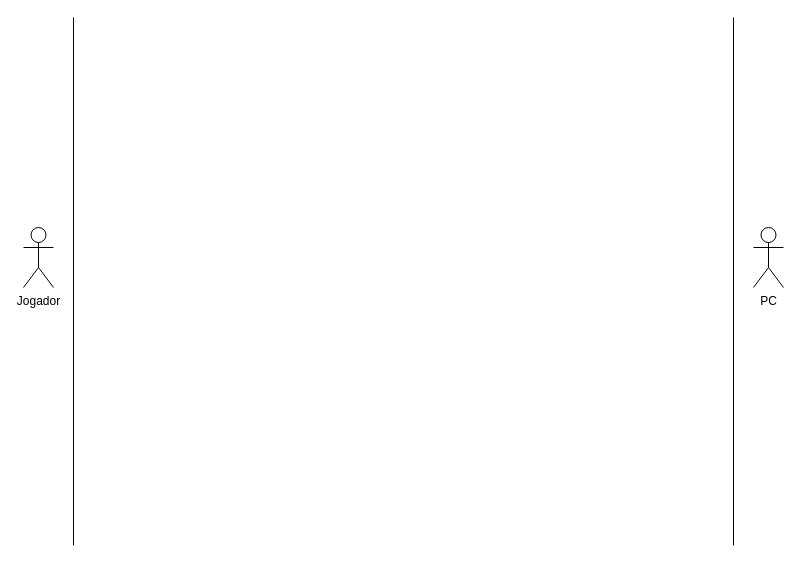
yuritelis/jogodaforca keeps this draw.io diagram as Diagrama de Casos de Uso.drawio. Above is the earlier version. Source tidied: cells renumbered, new cells numbered last; positions are measured from the earlier drawing's top-left corner, leaving out a move shared by most shapes. Both pictures are drawn from the tidied source at 100%, with x=0, y=0 at pixel (23, 17).
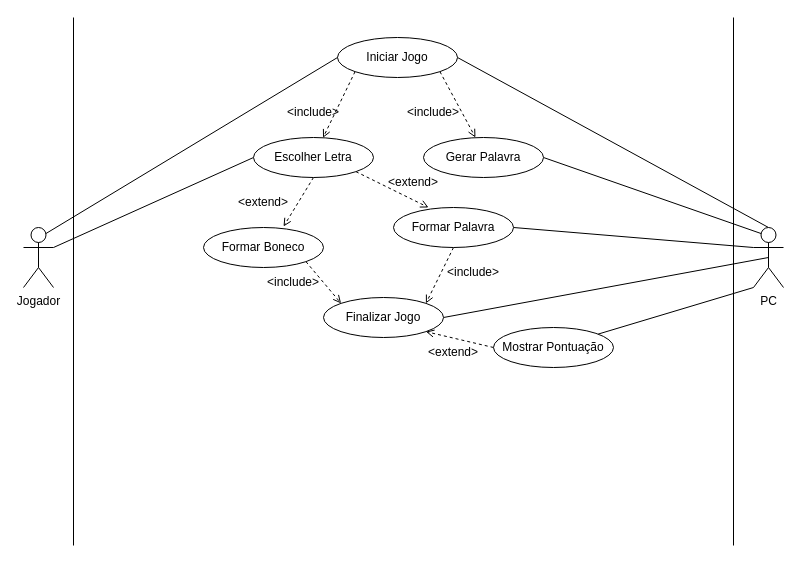
Above is the later version.

Unchanged cells that the change refers to:
```xml
<mxCell id="2" value="Jogador" style="shape=umlActor;verticalLabelPosition=bottom;verticalAlign=top;html=1;outlineConnect=0;" parent="1" vertex="1">
  <mxGeometry y="210" width="30" height="60" as="geometry" />
</mxCell>
<mxCell id="4" value="PC" style="shape=umlActor;verticalLabelPosition=bottom;verticalAlign=top;html=1;outlineConnect=0;" parent="1" vertex="1">
  <mxGeometry x="730" y="210" width="30" height="60" as="geometry" />
</mxCell>
```

The edit, as a diff of the source:
```diff
@@
+    <mxCell id="6" style="rounded=0;jettySize=auto;html=1;exitX=1;exitY=0.3333333333333333;exitDx=0;exitDy=0;exitPerimeter=0;entryX=0;entryY=0.5;entryDx=0;entryDy=0;endArrow=none;endFill=0;" parent="1" edge="1" source="2" target="18">
+      <mxGeometry relative="1" as="geometry" />
+    </mxCell>
@@
+    <mxCell id="7" style="rounded=0;jettySize=auto;html=1;exitX=0.5;exitY=0;exitDx=0;exitDy=0;exitPerimeter=0;entryX=1;entryY=0.5;entryDx=0;entryDy=0;endArrow=none;endFill=0;" parent="1" edge="1" source="4" target="14">
+      <mxGeometry relative="1" as="geometry" />
+    </mxCell>
+    <mxCell id="8" style="rounded=0;jettySize=auto;html=1;exitX=0.25;exitY=0.1;exitDx=0;exitDy=0;exitPerimeter=0;entryX=1;entryY=0.5;entryDx=0;entryDy=0;endArrow=none;endFill=0;" parent="1" edge="1" source="4" target="15">
+      <mxGeometry relative="1" as="geometry" />
+    </mxCell>
+    <mxCell id="9" style="rounded=0;jettySize=auto;html=1;exitX=0;exitY=0.3333333333333333;exitDx=0;exitDy=0;exitPerimeter=0;entryX=1;entryY=0.5;entryDx=0;entryDy=0;endArrow=none;endFill=0;" parent="1" edge="1" source="4" target="21">
+      <mxGeometry relative="1" as="geometry" />
+    </mxCell>
+    <mxCell id="10" style="rounded=0;jettySize=auto;html=1;exitX=0;exitY=1;exitDx=0;exitDy=0;exitPerimeter=0;endArrow=none;endFill=0;" parent="1" edge="1" source="4" target="25">
+      <mxGeometry relative="1" as="geometry" />
+    </mxCell>
+    <mxCell id="11" style="rounded=0;jettySize=auto;html=1;entryX=1;entryY=0.5;entryDx=0;entryDy=0;endArrow=none;endFill=0;exitX=0.5;exitY=0.5;exitDx=0;exitDy=0;exitPerimeter=0;" parent="1" edge="1" source="4" target="26">
+      <mxGeometry relative="1" as="geometry" />
+    </mxCell>
@@
+    <mxCell id="12" style="rounded=0;jettySize=auto;html=1;exitX=1;exitY=1;exitDx=0;exitDy=0;entryX=0.433;entryY=0;entryDx=0;entryDy=0;entryPerimeter=0;dashed=1;endArrow=open;endFill=0;" parent="1" edge="1" source="14" target="15">
+      <mxGeometry relative="1" as="geometry" />
+    </mxCell>
+    <mxCell id="13" style="rounded=0;jettySize=auto;html=1;exitX=0;exitY=1;exitDx=0;exitDy=0;endArrow=open;endFill=0;dashed=1;" parent="1" edge="1" source="14" target="18">
+      <mxGeometry relative="1" as="geometry" />
+    </mxCell>
+    <mxCell id="14" value="Iniciar Jogo" style="ellipse;whiteSpace=wrap;html=1;" parent="1" vertex="1">
+      <mxGeometry x="314" y="20" width="120" height="40" as="geometry" />
+    </mxCell>
+    <mxCell id="15" value="Gerar Palavra" style="ellipse;whiteSpace=wrap;html=1;" parent="1" vertex="1">
+      <mxGeometry x="400" y="120" width="120" height="40" as="geometry" />
+    </mxCell>
+    <mxCell id="16" style="rounded=0;jettySize=auto;html=1;exitX=1;exitY=1;exitDx=0;exitDy=0;entryX=0.292;entryY=0;entryDx=0;entryDy=0;entryPerimeter=0;dashed=1;endArrow=open;endFill=0;" parent="1" edge="1" source="18" target="21">
+      <mxGeometry relative="1" as="geometry" />
+    </mxCell>
+    <mxCell id="17" style="rounded=0;jettySize=auto;html=1;exitX=0.5;exitY=1;exitDx=0;exitDy=0;entryX=0.667;entryY=-0.025;entryDx=0;entryDy=0;entryPerimeter=0;dashed=1;endArrow=open;endFill=0;" parent="1" edge="1" source="18" target="23">
+      <mxGeometry relative="1" as="geometry" />
+    </mxCell>
+    <mxCell id="18" value="Escolher Letra" style="ellipse;whiteSpace=wrap;html=1;" parent="1" vertex="1">
+      <mxGeometry x="230" y="120" width="120" height="40" as="geometry" />
+    </mxCell>
+    <mxCell id="19" style="rounded=0;jettySize=auto;html=1;exitX=0.75;exitY=0.1;exitDx=0;exitDy=0;exitPerimeter=0;entryX=0;entryY=0.5;entryDx=0;entryDy=0;endArrow=none;endFill=0;" parent="1" edge="1" source="2" target="14">
+      <mxGeometry relative="1" as="geometry" />
+    </mxCell>
+    <mxCell id="20" style="rounded=0;jettySize=auto;html=1;exitX=0.5;exitY=1;exitDx=0;exitDy=0;entryX=1;entryY=0;entryDx=0;entryDy=0;dashed=1;endArrow=open;endFill=0;" parent="1" edge="1" source="21" target="26">
+      <mxGeometry relative="1" as="geometry" />
+    </mxCell>
+    <mxCell id="21" value="Formar Palavra" style="ellipse;whiteSpace=wrap;html=1;" parent="1" vertex="1">
+      <mxGeometry x="370" y="190" width="120" height="40" as="geometry" />
+    </mxCell>
+    <mxCell id="22" style="rounded=0;jettySize=auto;html=1;exitX=1;exitY=1;exitDx=0;exitDy=0;entryX=0;entryY=0;entryDx=0;entryDy=0;dashed=1;endArrow=open;endFill=0;" parent="1" edge="1" source="23" target="26">
+      <mxGeometry relative="1" as="geometry" />
+    </mxCell>
+    <mxCell id="23" value="Formar Boneco" style="ellipse;whiteSpace=wrap;html=1;" parent="1" vertex="1">
+      <mxGeometry x="180" y="210" width="120" height="40" as="geometry" />
+    </mxCell>
+    <mxCell id="24" style="rounded=0;jettySize=auto;html=1;exitX=0;exitY=0.5;exitDx=0;exitDy=0;entryX=1;entryY=1;entryDx=0;entryDy=0;dashed=1;endArrow=open;endFill=0;" parent="1" edge="1" source="25" target="26">
+      <mxGeometry relative="1" as="geometry" />
+    </mxCell>
+    <mxCell id="25" value="Mostrar Pontuação" style="ellipse;whiteSpace=wrap;html=1;" parent="1" vertex="1">
+      <mxGeometry x="470" y="310" width="120" height="40" as="geometry" />
+    </mxCell>
+    <mxCell id="26" value="Finalizar Jogo" style="ellipse;whiteSpace=wrap;html=1;" parent="1" vertex="1">
+      <mxGeometry x="300" y="280" width="120" height="40" as="geometry" />
+    </mxCell>
+    <mxCell id="27" value="&amp;lt;include&amp;gt;" style="text;html=1;strokeColor=none;fillColor=none;align=center;verticalAlign=middle;whiteSpace=wrap;rounded=0;" parent="1" vertex="1">
+      <mxGeometry x="260" y="80" width="60" height="30" as="geometry" />
+    </mxCell>
+    <mxCell id="28" value="&amp;lt;include&amp;gt;" style="text;html=1;strokeColor=none;fillColor=none;align=center;verticalAlign=middle;whiteSpace=wrap;rounded=0;" parent="1" vertex="1">
+      <mxGeometry x="380" y="80" width="60" height="30" as="geometry" />
+    </mxCell>
+    <mxCell id="29" value="&amp;lt;include&amp;gt;" style="text;html=1;strokeColor=none;fillColor=none;align=center;verticalAlign=middle;whiteSpace=wrap;rounded=0;" parent="1" vertex="1">
+      <mxGeometry x="420" y="240" width="60" height="30" as="geometry" />
+    </mxCell>
+    <mxCell id="30" value="&amp;lt;include&amp;gt;" style="text;html=1;strokeColor=none;fillColor=none;align=center;verticalAlign=middle;whiteSpace=wrap;rounded=0;" parent="1" vertex="1">
+      <mxGeometry x="240" y="250" width="60" height="30" as="geometry" />
+    </mxCell>
+    <mxCell id="31" value="&amp;lt;extend&amp;gt;" style="text;html=1;strokeColor=none;fillColor=none;align=center;verticalAlign=middle;whiteSpace=wrap;rounded=0;" parent="1" vertex="1">
+      <mxGeometry x="360" y="150" width="60" height="30" as="geometry" />
+    </mxCell>
+    <mxCell id="32" value="&amp;lt;extend&amp;gt;" style="text;html=1;strokeColor=none;fillColor=none;align=center;verticalAlign=middle;whiteSpace=wrap;rounded=0;" parent="1" vertex="1">
+      <mxGeometry x="210" y="170" width="60" height="30" as="geometry" />
+    </mxCell>
+    <mxCell id="33" value="&amp;lt;extend&amp;gt;" style="text;html=1;strokeColor=none;fillColor=none;align=center;verticalAlign=middle;whiteSpace=wrap;rounded=0;" parent="1" vertex="1">
+      <mxGeometry x="400" y="320" width="60" height="30" as="geometry" />
+    </mxCell>
```
